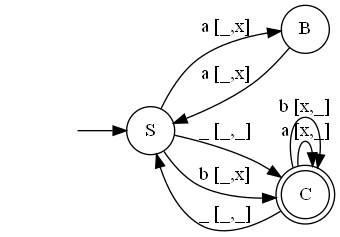
The Graphviz diagram Automate Picture/AutomataPicture.dot.png in arjen0203/AutomataReader, before a commit. Its source is kept beside it as Automate Picture/AutomataPicture.dot.
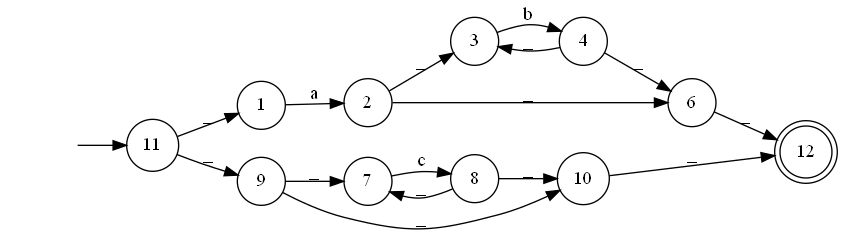
The same diagram one commit later.

The edit, as a diff of the source:
```diff
@@ -1,16 +1,32 @@
 digraph myAutomaton {
 rankdir=LR;
 "" [shape=none]
-"S" [shape=circle]
-"B" [shape=circle]
-"C" [shape=doublecircle]
+"11" [shape=circle]
+"1" [shape=circle]
+"2" [shape=circle]
+"3" [shape=circle]
+"4" [shape=circle]
+"6" [shape=circle]
+"9" [shape=circle]
+"7" [shape=circle]
+"8" [shape=circle]
+"10" [shape=circle]
+"12" [shape=doublecircle]
 
-"" -> "S"
-"S" -> "B" [label="a [_,x]"]
-"S" -> "C" [label="_ [_,_]"]
-"S" -> "C" [label="b [_,x]"]
-"B" -> "S" [label="a [_,x]"]
-"C" -> "C" [label="a [x,_]"]
-"C" -> "C" [label="b [x,_]"]
-"C" -> "S" [label="_ [_,_]"]
+"" -> "11"
+"11" -> "1" [label="_"]
+"11" -> "9" [label="_"]
+"1" -> "2" [label="a"]
+"2" -> "3" [label="_"]
+"2" -> "6" [label="_"]
+"3" -> "4" [label="b"]
+"4" -> "3" [label="_"]
+"4" -> "6" [label="_"]
+"6" -> "12" [label="_"]
+"9" -> "7" [label="_"]
+"9" -> "10" [label="_"]
+"7" -> "8" [label="c"]
+"8" -> "7" [label="_"]
+"8" -> "10" [label="_"]
+"10" -> "12" [label="_"]
 }
```
